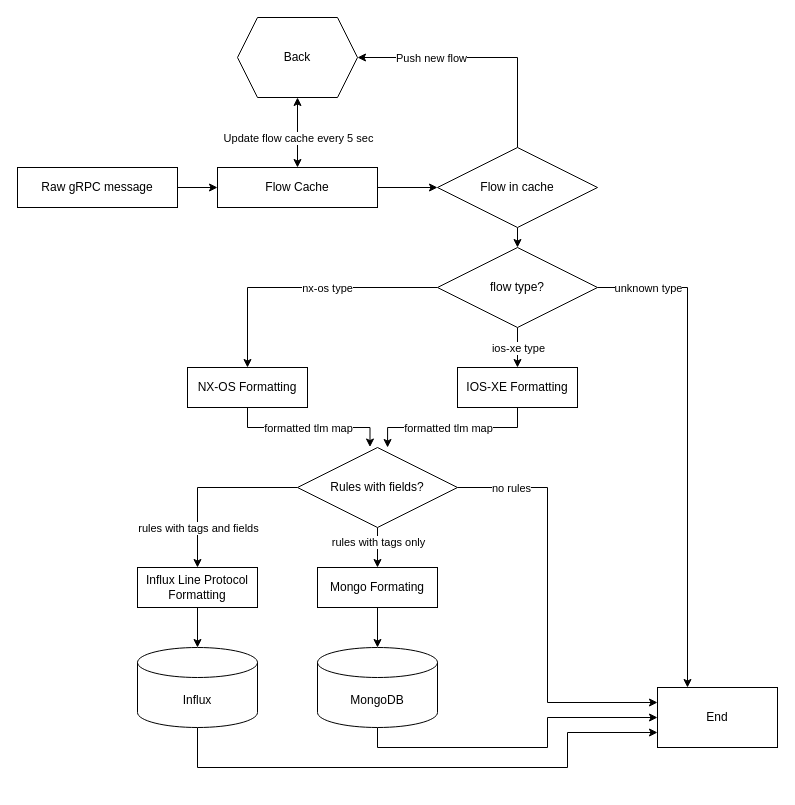
Cbrogg/fallout-board-game keeps this draw.io diagram as Диаграмма без названия.drawio. Above is the earlier version. Source tidied: cells renumbered, new cells numbered last; positions are measured from the earlier drawing's top-left corner, leaving out a move shared by most shapes. Both pictures are drawn from the tidied source at 100%, with x=0, y=0 at pixel (17, 17).
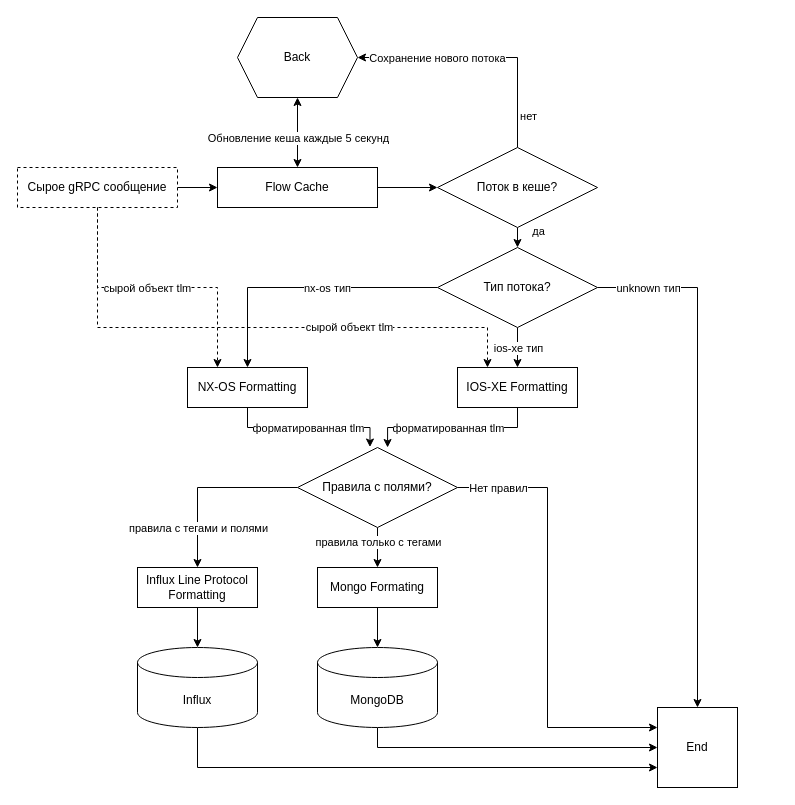
After the change.

Unchanged cells that the change refers to:
```xml
<mxCell id="4" style="edgeStyle=orthogonalEdgeStyle;rounded=0;jettySize=auto;html=1;startArrow=classic;startFill=1;" parent="1" edge="1" source="7" target="8">
  <mxGeometry relative="1" as="geometry" />
</mxCell>
<mxCell id="9" style="edgeStyle=orthogonalEdgeStyle;rounded=0;jettySize=auto;html=1;exitX=0.5;exitY=0;exitDx=0;exitDy=0;entryX=1;entryY=0.5;entryDx=0;entryDy=0;startArrow=none;startFill=0;" parent="1" edge="1" source="12" target="8">
  <mxGeometry relative="1" as="geometry" />
</mxCell>
<mxCell id="11" style="edgeStyle=orthogonalEdgeStyle;rounded=0;jettySize=auto;html=1;exitX=0.5;exitY=1;exitDx=0;exitDy=0;entryX=0.5;entryY=0;entryDx=0;entryDy=0;startArrow=none;startFill=0;" parent="1" edge="1" source="12" target="19">
  <mxGeometry relative="1" as="geometry" />
</mxCell>
<mxCell id="13" style="edgeStyle=orthogonalEdgeStyle;rounded=0;jettySize=auto;html=1;exitX=0;exitY=0.5;exitDx=0;exitDy=0;entryX=0.5;entryY=0;entryDx=0;entryDy=0;startArrow=none;startFill=0;" parent="1" edge="1" source="19" target="22">
  <mxGeometry relative="1" as="geometry" />
</mxCell>
<mxCell id="15" style="edgeStyle=orthogonalEdgeStyle;rounded=0;jettySize=auto;html=1;exitX=0.5;exitY=1;exitDx=0;exitDy=0;entryX=0.5;entryY=0;entryDx=0;entryDy=0;startArrow=none;startFill=0;" parent="1" edge="1" source="19" target="25">
  <mxGeometry relative="1" as="geometry" />
</mxCell>
<mxCell id="20" style="edgeStyle=orthogonalEdgeStyle;rounded=0;jettySize=auto;html=1;exitX=0.5;exitY=1;exitDx=0;exitDy=0;entryX=0.453;entryY=-0.006;entryDx=0;entryDy=0;entryPerimeter=0;startArrow=none;startFill=0;" parent="1" edge="1" source="22" target="33">
  <mxGeometry relative="1" as="geometry" />
</mxCell>
<mxCell id="22" value="NX-OS Formatting" style="rounded=0;whiteSpace=wrap;html=1;strokeColor=default;fillColor=default;" parent="1" vertex="1">
  <mxGeometry x="170" y="350" width="120" height="40" as="geometry" />
</mxCell>
<mxCell id="23" style="edgeStyle=orthogonalEdgeStyle;rounded=0;jettySize=auto;html=1;exitX=0.5;exitY=1;exitDx=0;exitDy=0;entryX=0.563;entryY=0;entryDx=0;entryDy=0;entryPerimeter=0;startArrow=none;startFill=0;" parent="1" edge="1" source="25" target="33">
  <mxGeometry relative="1" as="geometry" />
</mxCell>
<mxCell id="25" value="IOS-XE Formatting" style="rounded=0;whiteSpace=wrap;html=1;strokeColor=default;fillColor=default;" parent="1" vertex="1">
  <mxGeometry x="440" y="350" width="120" height="40" as="geometry" />
</mxCell>
<mxCell id="27" style="edgeStyle=orthogonalEdgeStyle;rounded=0;jettySize=auto;html=1;exitX=0;exitY=0.5;exitDx=0;exitDy=0;entryX=0.5;entryY=0;entryDx=0;entryDy=0;startArrow=none;startFill=0;" parent="1" edge="1" source="33" target="35">
  <mxGeometry relative="1" as="geometry" />
</mxCell>
<mxCell id="29" style="edgeStyle=orthogonalEdgeStyle;rounded=0;jettySize=auto;html=1;exitX=0.5;exitY=1;exitDx=0;exitDy=0;entryX=0.5;entryY=0;entryDx=0;entryDy=0;startArrow=none;startFill=0;" parent="1" edge="1" source="33" target="39">
  <mxGeometry relative="1" as="geometry" />
</mxCell>
<mxCell id="37" value="Influx" style="shape=cylinder3;whiteSpace=wrap;html=1;boundedLbl=1;backgroundOutline=1;size=15;strokeColor=default;fillColor=default;" parent="1" vertex="1">
  <mxGeometry x="120" y="630" width="120" height="80" as="geometry" />
</mxCell>
<mxCell id="41" value="MongoDB" style="shape=cylinder3;whiteSpace=wrap;html=1;boundedLbl=1;backgroundOutline=1;size=15;strokeColor=default;fillColor=default;" parent="1" vertex="1">
  <mxGeometry x="300" y="630" width="120" height="80" as="geometry" />
</mxCell>
```

Diff of the diagram source:
```diff
@@
+    <mxCell id="42" style="edgeStyle=orthogonalEdgeStyle;rounded=0;jettySize=auto;html=1;exitX=0.5;exitY=1;exitDx=0;exitDy=0;entryX=0.25;entryY=0;entryDx=0;entryDy=0;startArrow=none;startFill=0;dashed=1;" parent="1" edge="1" source="3" target="22">
+      <mxGeometry relative="1" as="geometry" />
+    </mxCell>
+    <mxCell id="43" value="сырой объект tlm" style="edgeLabel;html=1;align=center;verticalAlign=middle;" parent="42" vertex="1">
+      <mxGeometry x="-0.14" y="-3" relative="1" as="geometry">
+        <mxPoint x="9" y="-3" as="offset" />
+      </mxGeometry>
+    </mxCell>
+    <mxCell id="44" style="edgeStyle=orthogonalEdgeStyle;rounded=0;jettySize=auto;html=1;exitX=0.5;exitY=1;exitDx=0;exitDy=0;entryX=0.25;entryY=0;entryDx=0;entryDy=0;startArrow=none;startFill=0;dashed=1;" parent="1" edge="1" source="3" target="25">
+      <mxGeometry relative="1" as="geometry">
+        <Array as="points">
+          <mxPoint x="80" y="310" />
+          <mxPoint x="470" y="310" />
+        </Array>
+      </mxGeometry>
+    </mxCell>
+    <mxCell id="45" value="сырой объект tlm" style="edgeLabel;html=1;align=center;verticalAlign=middle;" parent="44" vertex="1">
+      <mxGeometry x="0.35" y="2" relative="1" as="geometry">
+        <mxPoint y="1" as="offset" />
+      </mxGeometry>
+    </mxCell>
-    <mxCell id="3" value="Raw gRPC message" style="text;html=1;align=center;verticalAlign=middle;whiteSpace=wrap;rounded=0;strokeColor=default;" parent="1" vertex="1">
+    <mxCell id="3" value="Сырое gRPC сообщение" style="text;html=1;align=center;verticalAlign=middle;whiteSpace=wrap;rounded=0;strokeColor=default;dashed=1;" parent="1" vertex="1">
       <mxGeometry y="150" width="160" height="40" as="geometry" />
     </mxCell>
@@
-    <mxCell id="5" value="Update flow cache every 5 sec" style="edgeLabel;html=1;align=center;verticalAlign=middle;" parent="4" vertex="1">
+    <mxCell id="5" value="Обновление кеша каждые 5 секунд" style="edgeLabel;html=1;align=center;verticalAlign=middle;" parent="4" vertex="1">
       <mxGeometry x="0.27" y="-2" relative="1" as="geometry">
         <mxPoint x="-2" y="14" as="offset" />
       </mxGeometry>
     </mxCell>
@@
-    <mxCell id="10" value="Push new flow" style="edgeLabel;html=1;align=center;verticalAlign=middle;" parent="9" vertex="1">
+    <mxCell id="10" value="Сохранение нового потока" style="edgeLabel;html=1;align=center;verticalAlign=middle;" parent="9" vertex="1">
       <mxGeometry x="0.31" relative="1" as="geometry">
-        <mxPoint x="-13" as="offset" />
+        <mxPoint x="-7" as="offset" />
       </mxGeometry>
     </mxCell>
+    <mxCell id="46" value="нет" style="edgeLabel;html=1;align=center;verticalAlign=middle;" parent="9" vertex="1">
+      <mxGeometry x="-0.74" y="-2" relative="1" as="geometry">
+        <mxPoint x="8" y="1" as="offset" />
+      </mxGeometry>
+    </mxCell>
@@
+    <mxCell id="47" value="да" style="edgeLabel;html=1;align=center;verticalAlign=middle;" parent="11" vertex="1">
+      <mxGeometry x="-0.69" y="2" relative="1" as="geometry">
+        <mxPoint x="18" as="offset" />
+      </mxGeometry>
+    </mxCell>
-    <mxCell id="12" value="Flow in cache" style="rhombus;whiteSpace=wrap;html=1;" parent="1" vertex="1">
+    <mxCell id="12" value="Поток в кеше?" style="rhombus;whiteSpace=wrap;html=1;" parent="1" vertex="1">
       <mxGeometry x="420" y="130" width="160" height="80" as="geometry" />
     </mxCell>
@@
-    <mxCell id="14" value="nx-os type" style="edgeLabel;html=1;align=center;verticalAlign=middle;" parent="13" vertex="1">
+    <mxCell id="14" value="nx-os тип" style="edgeLabel;html=1;align=center;verticalAlign=middle;" parent="13" vertex="1">
       <mxGeometry x="0.13" y="4" relative="1" as="geometry">
         <mxPoint x="42" y="-4" as="offset" />
       </mxGeometry>
     </mxCell>
@@
-    <mxCell id="16" value="ios-xe type" style="edgeLabel;html=1;align=center;verticalAlign=middle;" parent="15" vertex="1">
+    <mxCell id="16" value="ios-xe тип" style="edgeLabel;html=1;align=center;verticalAlign=middle;" parent="15" vertex="1">
       <mxGeometry x="-0.28" y="-2" relative="1" as="geometry">
         <mxPoint x="2" y="6" as="offset" />
       </mxGeometry>
     </mxCell>
-    <mxCell id="17" style="edgeStyle=orthogonalEdgeStyle;rounded=0;jettySize=auto;html=1;exitX=1;exitY=0.5;exitDx=0;exitDy=0;entryX=0.25;entryY=0;entryDx=0;entryDy=0;startArrow=none;startFill=0;" parent="1" edge="1" source="19" target="26">
+    <mxCell id="17" style="edgeStyle=orthogonalEdgeStyle;rounded=0;jettySize=auto;html=1;exitX=1;exitY=0.5;exitDx=0;exitDy=0;entryX=0.5;entryY=0;entryDx=0;entryDy=0;startArrow=none;startFill=0;" parent="1" edge="1" source="19" target="26">
       <mxGeometry relative="1" as="geometry" />
     </mxCell>
-    <mxCell id="18" value="unknown type" style="edgeLabel;html=1;align=center;verticalAlign=middle;" parent="17" vertex="1">
+    <mxCell id="18" value="unknown тип" style="edgeLabel;html=1;align=center;verticalAlign=middle;" parent="17" vertex="1">
       <mxGeometry x="-0.09" y="3" relative="1" as="geometry">
-        <mxPoint x="-43" y="-133" as="offset" />
+        <mxPoint x="-53" y="-137" as="offset" />
       </mxGeometry>
     </mxCell>
-    <mxCell id="19" value="flow type?" style="rhombus;whiteSpace=wrap;html=1;strokeColor=default;fillColor=default;" parent="1" vertex="1">
+    <mxCell id="19" value="Тип потока?" style="rhombus;whiteSpace=wrap;html=1;strokeColor=default;fillColor=default;" parent="1" vertex="1">
       <mxGeometry x="420" y="230" width="160" height="80" as="geometry" />
     </mxCell>
@@
-    <mxCell id="21" value="formatted tlm map" style="edgeLabel;html=1;align=center;verticalAlign=middle;" parent="20" vertex="1">
+    <mxCell id="21" value="форматированная tlm" style="edgeLabel;html=1;align=center;verticalAlign=middle;" parent="20" vertex="1">
       <mxGeometry x="-0.21" y="2" relative="1" as="geometry">
         <mxPoint x="16" y="2" as="offset" />
       </mxGeometry>
     </mxCell>
@@
-    <mxCell id="24" value="formatted tlm map" style="edgeLabel;html=1;align=center;verticalAlign=middle;" parent="23" vertex="1">
+    <mxCell id="24" value="форматированная tlm" style="edgeLabel;html=1;align=center;verticalAlign=middle;" parent="23" vertex="1">
       <mxGeometry x="0.14" relative="1" as="geometry">
         <mxPoint x="7" as="offset" />
       </mxGeometry>
     </mxCell>
@@
     <mxCell id="26" value="End" style="rounded=0;whiteSpace=wrap;html=1;strokeColor=default;fillColor=default;" parent="1" vertex="1">
-      <mxGeometry x="640" y="670" width="120" height="60" as="geometry" />
+      <mxGeometry x="640" y="690" width="80" height="80" as="geometry" />
     </mxCell>
@@
-    <mxCell id="28" value="rules with tags and fields" style="edgeLabel;html=1;align=center;verticalAlign=middle;" parent="27" vertex="1">
+    <mxCell id="28" value="правила с тегами и полями" style="edgeLabel;html=1;align=center;verticalAlign=middle;" parent="27" vertex="1">
       <mxGeometry x="-0.03" y="-1" relative="1" as="geometry">
         <mxPoint x="-13" y="41" as="offset" />
       </mxGeometry>
     </mxCell>
@@
-    <mxCell id="30" value="rules with tags only" style="edgeLabel;html=1;align=center;verticalAlign=middle;" parent="29" vertex="1">
+    <mxCell id="30" value="правила только с тегами" style="edgeLabel;html=1;align=center;verticalAlign=middle;" parent="29" vertex="1">
       <mxGeometry x="-0.71" y="-1" relative="1" as="geometry">
         <mxPoint x="1" y="8" as="offset" />
       </mxGeometry>
     </mxCell>
     <mxCell id="31" style="edgeStyle=orthogonalEdgeStyle;rounded=0;jettySize=auto;html=1;exitX=1;exitY=0.5;exitDx=0;exitDy=0;entryX=0;entryY=0.25;entryDx=0;entryDy=0;startArrow=none;startFill=0;" parent="1" edge="1" source="33" target="26">
       <mxGeometry relative="1" as="geometry">
         <Array as="points">
           <mxPoint x="530" y="470" />
-          <mxPoint x="530" y="685" />
+          <mxPoint x="530" y="710" />
         </Array>
       </mxGeometry>
     </mxCell>
-    <mxCell id="32" value="no rules" style="edgeLabel;html=1;align=center;verticalAlign=middle;" parent="31" vertex="1">
+    <mxCell id="32" value="Нет правил" style="edgeLabel;html=1;align=center;verticalAlign=middle;" parent="31" vertex="1">
       <mxGeometry x="-0.81" y="2" relative="1" as="geometry">
-        <mxPoint x="14" y="2" as="offset" />
+        <mxPoint x="-2" y="2" as="offset" />
       </mxGeometry>
     </mxCell>
-    <mxCell id="33" value="Rules with fields?" style="rhombus;whiteSpace=wrap;html=1;strokeColor=default;fillColor=default;" parent="1" vertex="1">
+    <mxCell id="33" value="Правила с полями?" style="rhombus;whiteSpace=wrap;html=1;strokeColor=default;fillColor=default;" parent="1" vertex="1">
       <mxGeometry x="280" y="430" width="160" height="80" as="geometry" />
     </mxCell>
@@
     <mxCell id="36" style="edgeStyle=orthogonalEdgeStyle;rounded=0;jettySize=auto;html=1;exitX=0.5;exitY=1;exitDx=0;exitDy=0;exitPerimeter=0;entryX=0;entryY=0.75;entryDx=0;entryDy=0;startArrow=none;startFill=0;" parent="1" edge="1" source="37" target="26">
       <mxGeometry relative="1" as="geometry">
         <Array as="points">
           <mxPoint x="180" y="750" />
-          <mxPoint x="550" y="750" />
-          <mxPoint x="550" y="715" />
         </Array>
       </mxGeometry>
     </mxCell>
@@
     <mxCell id="40" style="edgeStyle=orthogonalEdgeStyle;rounded=0;jettySize=auto;html=1;exitX=0.5;exitY=1;exitDx=0;exitDy=0;exitPerimeter=0;entryX=0;entryY=0.5;entryDx=0;entryDy=0;startArrow=none;startFill=0;" parent="1" edge="1" source="41" target="26">
-      <mxGeometry relative="1" as="geometry" />
+      <mxGeometry relative="1" as="geometry">
+        <Array as="points">
+          <mxPoint x="360" y="730" />
+        </Array>
+      </mxGeometry>
     </mxCell>
```
